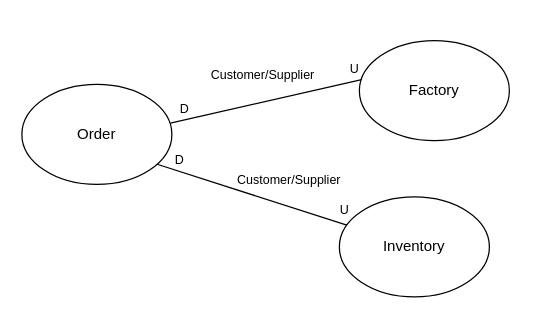
Above: doc/images/graphs/contextmap.drawio in ielpo/edpo-project-group1 (draw.io), before the change. Source tidied: cells renumbered, new cells numbered last; positions are measured from the earlier drawing's top-left corner, leaving out a move shared by most shapes. Both pictures are drawn from the tidied source at 125%, with x=0, y=0 at pixel (21, 40).
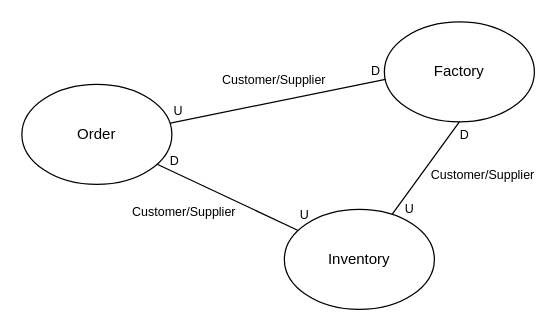
The same diagram, later.

Commit message:
Updated assignment documentation (grpahics)

The change refers to these unchanged cells:
```xml
<mxCell id="2" style="rounded=0;jettySize=auto;html=1;exitX=0.902;exitY=0.799;exitDx=0;exitDy=0;exitPerimeter=0;endArrow=none;endFill=0;fontColor=#000000;strokeColor=default;" parent="1" edge="1" source="5" target="6">
  <mxGeometry relative="1" as="geometry" />
</mxCell>
<mxCell id="5" value="Order" style="ellipse;whiteSpace=wrap;html=1;fontColor=#000000;strokeColor=default;" parent="1" vertex="1">
  <mxGeometry y="35" width="120" height="80" as="geometry" />
</mxCell>
```

Diff of the diagram source:
```diff
@@
     <mxCell id="3" value="D" style="edgeLabel;html=1;align=center;verticalAlign=middle;fontColor=#000000;fontSize=10;" parent="2" vertex="1">
       <mxGeometry x="-0.34" y="1" relative="1" as="geometry">
-        <mxPoint x="-34" y="-20" as="offset" />
+        <mxPoint x="-24" y="-20" as="offset" />
       </mxGeometry>
     </mxCell>
@@
     <mxCell id="6" value="Inventory" style="ellipse;whiteSpace=wrap;html=1;fontColor=#000000;strokeColor=#000000;" parent="1" vertex="1">
-      <mxGeometry x="254" y="125" width="120" height="80" as="geometry" />
+      <mxGeometry x="210" y="135" width="120" height="80" as="geometry" />
     </mxCell>
     <mxCell id="7" value="Factory" style="ellipse;whiteSpace=wrap;html=1;" parent="1" vertex="1">
-      <mxGeometry x="270" width="120" height="80" as="geometry" />
+      <mxGeometry x="290" y="-15" width="120" height="80" as="geometry" />
     </mxCell>
     <mxCell id="8" value="Customer/Supplier" style="text;html=1;whiteSpace=wrap;strokeColor=none;fillColor=none;align=center;verticalAlign=middle;rounded=0;fontColor=default;fontSize=10;" parent="1" vertex="1">
-      <mxGeometry x="184" y="96" width="60" height="30" as="geometry" />
+      <mxGeometry x="100" y="122" width="60" height="30" as="geometry" />
     </mxCell>
-    <mxCell id="9" style="rounded=0;jettySize=auto;html=1;exitX=0.99;exitY=0.387;exitDx=0;exitDy=0;endArrow=none;endFill=0;exitPerimeter=0;entryX=0.015;entryY=0.389;entryDx=0;entryDy=0;entryPerimeter=0;" parent="1" edge="1" source="5" target="7">
+    <mxCell id="9" style="rounded=0;jettySize=auto;html=1;exitX=0.99;exitY=0.387;exitDx=0;exitDy=0;endArrow=none;endFill=0;exitPerimeter=0;entryX=0.007;entryY=0.574;entryDx=0;entryDy=0;entryPerimeter=0;" parent="1" edge="1" source="5" target="7">
       <mxGeometry relative="1" as="geometry" />
     </mxCell>
     <mxCell id="10" value="D" style="edgeLabel;html=1;align=center;verticalAlign=middle;fontSize=10;" parent="9" vertex="1">
       <mxGeometry x="-0.74" y="-1" relative="1" as="geometry">
-        <mxPoint x="-9" y="-9" as="offset" />
+        <mxPoint x="141" y="-39" as="offset" />
       </mxGeometry>
     </mxCell>
     <mxCell id="11" value="U" style="edgeLabel;html=1;align=center;verticalAlign=middle;fontSize=10;" parent="9" vertex="1">
       <mxGeometry x="0.62" y="1" relative="1" as="geometry">
-        <mxPoint x="23" y="-15" as="offset" />
+        <mxPoint x="-133" y="19" as="offset" />
       </mxGeometry>
     </mxCell>
     <mxCell id="12" value="Customer/Supplier" style="text;html=1;whiteSpace=wrap;strokeColor=none;fillColor=none;align=center;verticalAlign=middle;rounded=0;fontColor=default;fontSize=10;" parent="1" vertex="1">
-      <mxGeometry x="163" y="12" width="60" height="30" as="geometry" />
+      <mxGeometry x="172" y="16" width="60" height="30" as="geometry" />
     </mxCell>
+    <mxCell id="13" style="rounded=0;jettySize=auto;html=1;exitX=0.5;exitY=1;exitDx=0;exitDy=0;endArrow=none;endFill=0;fontColor=#000000;strokeColor=default;" parent="1" edge="1" source="7" target="6">
+      <mxGeometry relative="1" as="geometry" />
+    </mxCell>
+    <mxCell id="14" value="D" style="edgeLabel;html=1;align=center;verticalAlign=middle;fontColor=#000000;fontSize=10;" parent="13" vertex="1">
+      <mxGeometry x="-0.34" y="1" relative="1" as="geometry">
+        <mxPoint x="20" y="-15" as="offset" />
+      </mxGeometry>
+    </mxCell>
+    <mxCell id="15" value="U" style="edgeLabel;html=1;align=center;verticalAlign=middle;fontColor=#000000;fontSize=10;" parent="13" vertex="1">
+      <mxGeometry x="0.65" y="1" relative="1" as="geometry">
+        <mxPoint x="3" y="7" as="offset" />
+      </mxGeometry>
+    </mxCell>
+    <mxCell id="16" value="Customer/Supplier" style="text;html=1;whiteSpace=wrap;strokeColor=none;fillColor=none;align=center;verticalAlign=middle;rounded=0;fontColor=default;fontSize=10;" parent="1" vertex="1">
+      <mxGeometry x="339" y="92" width="60" height="30" as="geometry" />
+    </mxCell>
```
